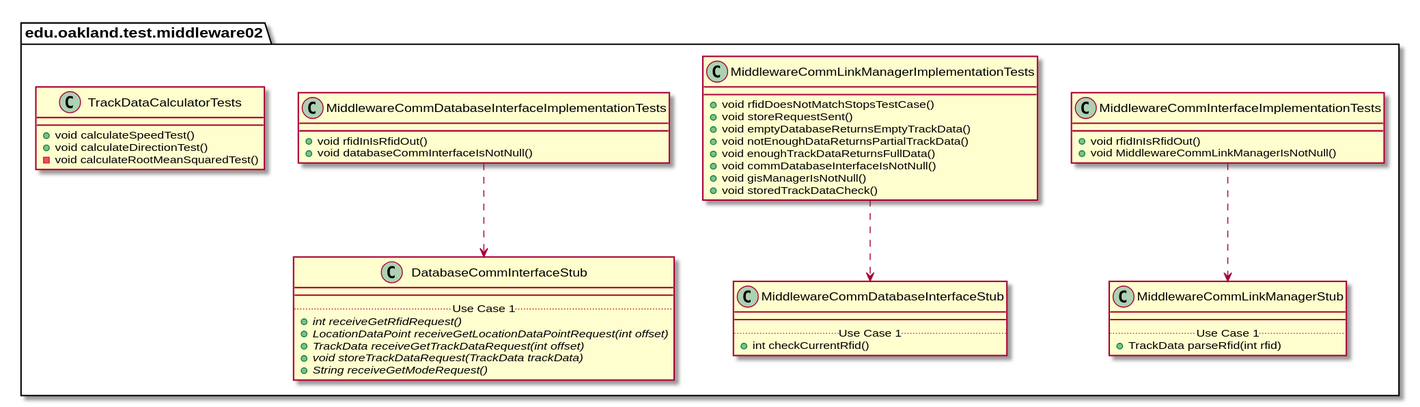
The PlantUML diagram docs/uml-class-diagrams/middleware02/test/Middleware02TestPackage_InternalDependencies.svg in andrewdimmer/csi-3370-software-project, before a commit.
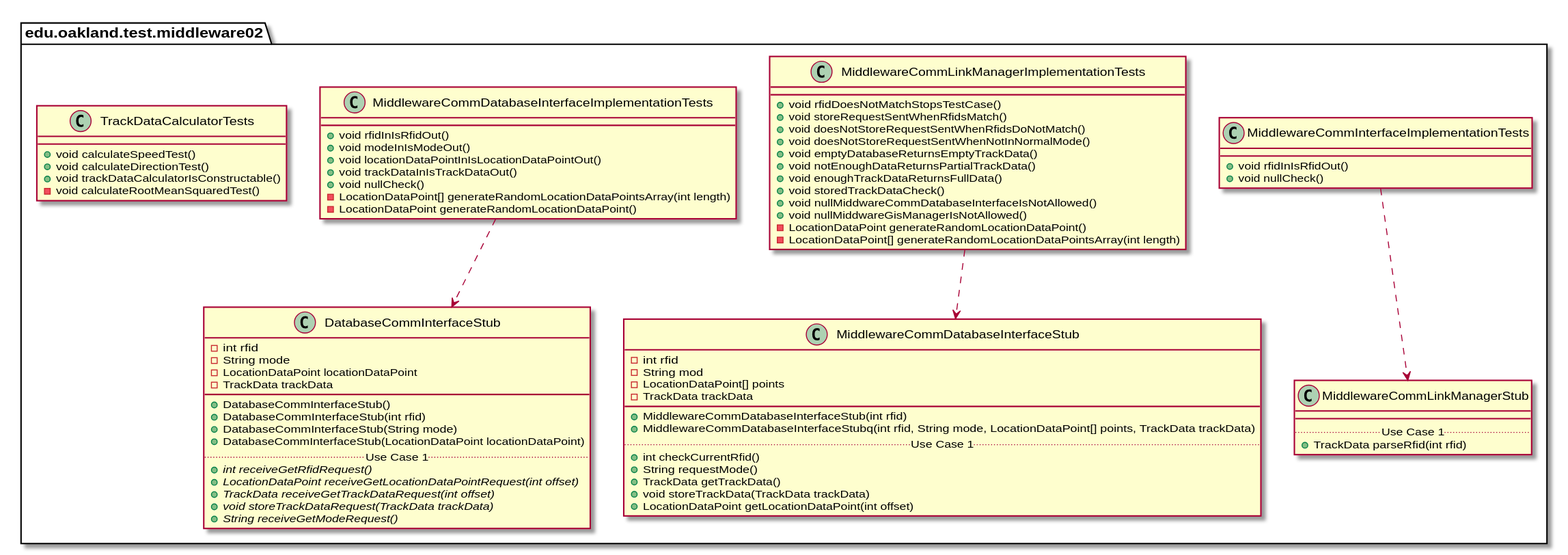
Above is the later version.

Diff of the diagram source:
```diff
@@ -8,7 +8,7 @@
 package edu.oakland.test.middleware02 {
     class MiddlewareCommInterfaceImplementationTests {
         + void rfidInIsRfidOut()
-        + void MiddlewareCommLinkManagerIsNotNull()
+        + void nullCheck()
     }
 }
 
@@ -27,13 +27,17 @@
 package edu.oakland.test.middleware02 {
     class MiddlewareCommLinkManagerImplementationTests {
         + void rfidDoesNotMatchStopsTestCase()
-        + void storeRequestSent()
+        + void storeRequestSentWhenRfidsMatch()
+        + void doesNotStoreRequestSentWhenRfidsDoNotMatch()
+        + void doesNotStoreRequestSentWhenNotInNormalMode()
         + void emptyDatabaseReturnsEmptyTrackData()
         + void notEnoughDataReturnsPartialTrackData()
         + void enoughTrackDataReturnsFullData()
-        + void commDatabaseInterfaceIsNotNull()
-        + void gisManagerIsNotNull()
         + void storedTrackDataCheck()
+        + void nullMiddwareCommDatabaseInterfaceIsNotAllowed()
+        + void nullMiddwareGisManagerIsNotAllowed()
+        - LocationDataPoint generateRandomLocationDataPoint()
+        - LocationDataPoint[] generateRandomLocationDataPointsArray(int length)
     }
 }
 
@@ -41,9 +45,19 @@
 
 package edu.oakland.test.middleware02 {
     class MiddlewareCommDatabaseInterfaceStub {
+        - int rfid
+        - String mod
+        - LocationDataPoint[] points
+        - TrackData trackData
         __
+        + MiddlewareCommDatabaseInterfaceStub(int rfid)
+        + MiddlewareCommDatabaseInterfaceStubq(int rfid, String mode, LocationDataPoint[] points, TrackData trackData)
         .. Use Case 1 ..
         + int checkCurrentRfid()
+        + String requestMode()
+        + TrackData getTrackData()
+        + void storeTrackData(TrackData trackData)
+        + LocationDataPoint getLocationDataPoint(int offset)
     }
 }
 
@@ -52,7 +66,12 @@
 package edu.oakland.test.middleware02 {
     class MiddlewareCommDatabaseInterfaceImplementationTests {
         + void rfidInIsRfidOut()
-        + void databaseCommInterfaceIsNotNull()
+        + void modeInIsModeOut()
+        + void locationDataPointInIsLocationDataPointOut()
+        + void trackDataInIsTrackDataOut()
+        + void nullCheck()
+        - LocationDataPoint[] generateRandomLocationDataPointsArray(int length)
+        - LocationDataPoint generateRandomLocationDataPoint()
     }
 }
 
@@ -60,7 +79,15 @@
 
 package edu.oakland.test.middleware02 {
     class DatabaseCommInterfaceStub {
+        - int rfid
+        - String mode
+        - LocationDataPoint locationDataPoint
+        - TrackData trackData
         __
+        + DatabaseCommInterfaceStub()
+        + DatabaseCommInterfaceStub(int rfid)
+        + DatabaseCommInterfaceStub(String mode)
+        + DatabaseCommInterfaceStub(LocationDataPoint locationDataPoint)
         .. Use Case 1 ..
         {abstract} + int receiveGetRfidRequest()
         {abstract} + LocationDataPoint receiveGetLocationDataPointRequest(int offset)
@@ -76,6 +103,7 @@
     class TrackDataCalculatorTests {
       + void calculateSpeedTest()
       + void calculateDirectionTest()
+      + void trackDataCalculatorIsConstructable()
       - void calculateRootMeanSquaredTest()
     }
 }
```
